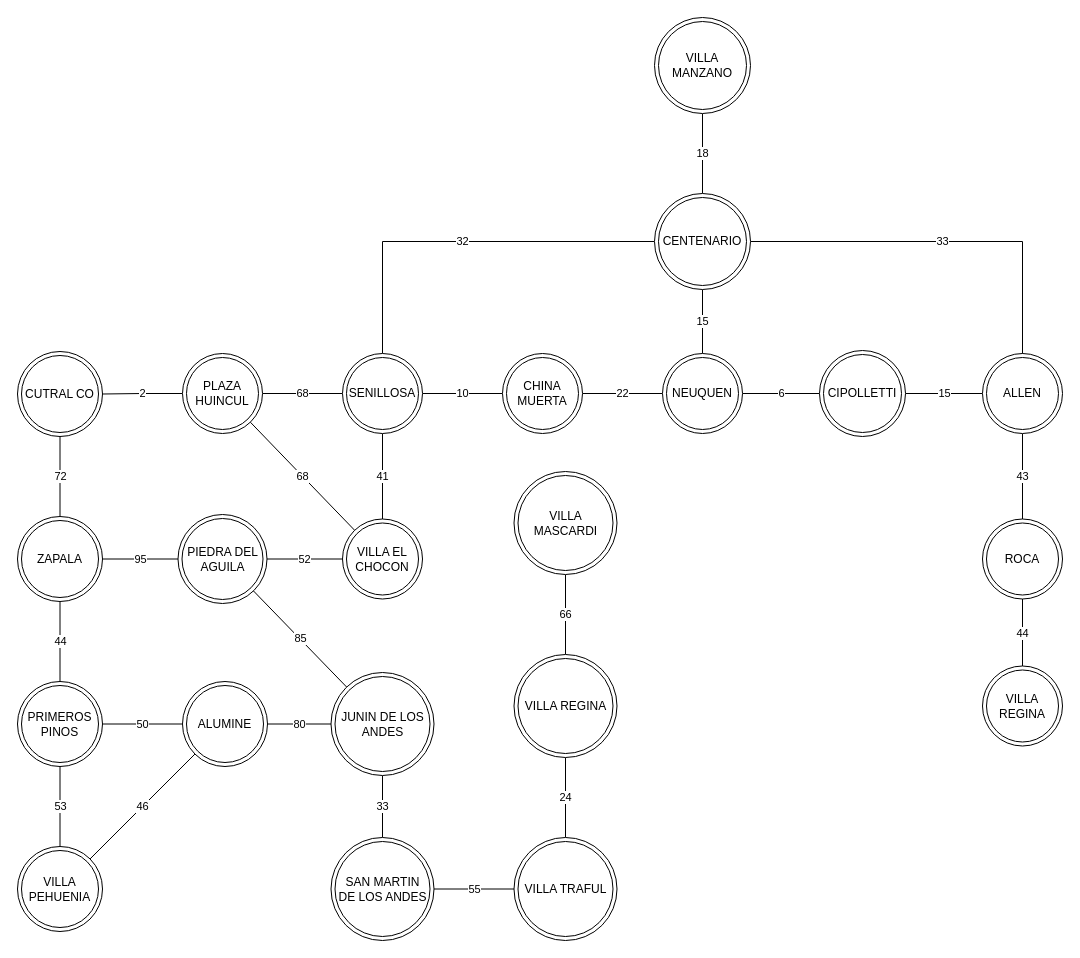
LeonelBustamante/Trabajo-final-estructura-de-datos-2022 keeps this draw.io diagram as page "GRAFO" (1 of 4) of src/util/Archivos/Diagramas utilizados.drawio. Above is the earlier version. Source tidied: cells renumbered, new cells numbered last; positions are measured from the earlier drawing's top-left corner, leaving out a move shared by most shapes. Both pictures are drawn from the tidied source at 100%, with x=0, y=0 at pixel (17, 17).
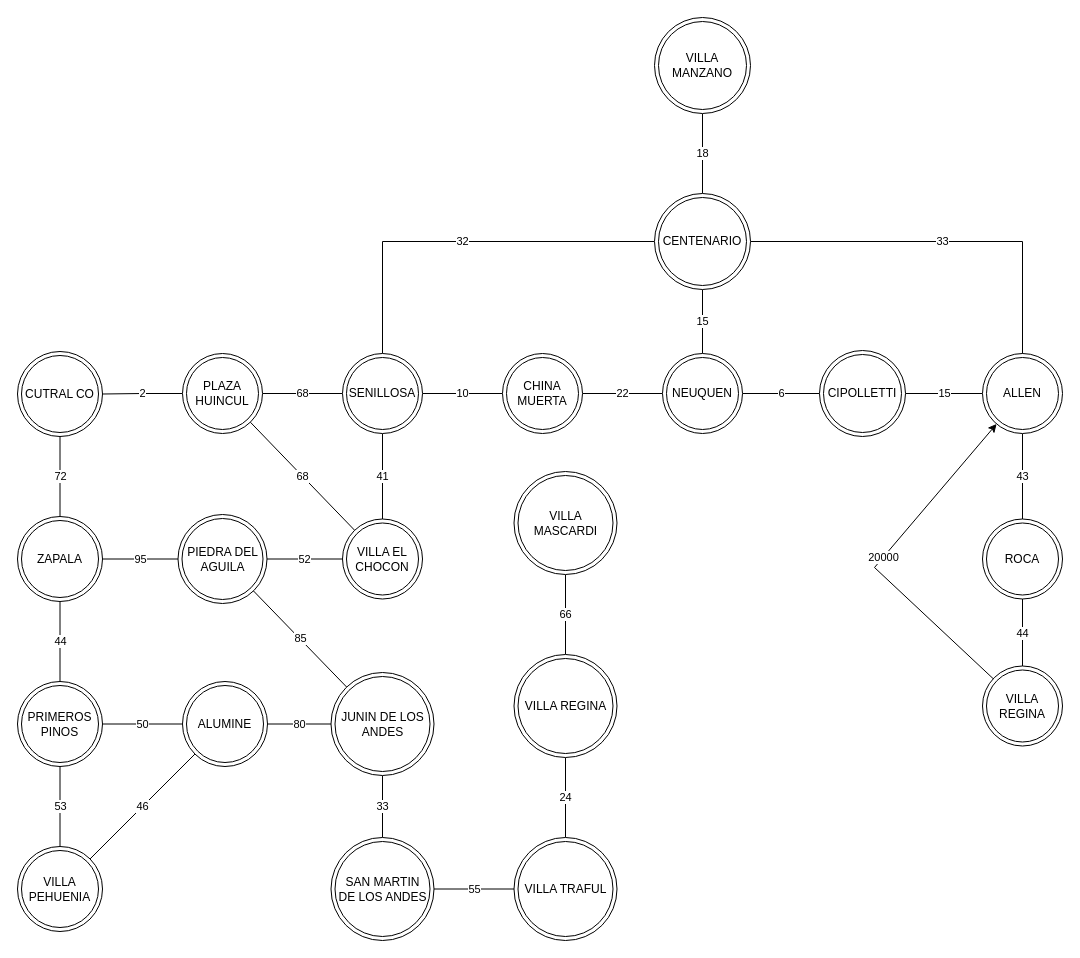
After the change.

Unchanged cells that the change refers to:
```xml
<mxCell id="9" value="ALLEN" style="ellipse;shape=doubleEllipse;whiteSpace=wrap;html=1;" parent="1" vertex="1">
  <mxGeometry x="965" y="336" width="80" height="80" as="geometry" />
</mxCell>
<mxCell id="12" value="VILLA &lt;br&gt;REGINA" style="ellipse;shape=doubleEllipse;whiteSpace=wrap;html=1;" parent="1" vertex="1">
  <mxGeometry x="965" y="648.5" width="80" height="80" as="geometry" />
</mxCell>
```

Change to the diagram source:
```diff
@@
+    <mxCell id="51" value="20000" style="rounded=0;jettySize=auto;html=1;" parent="1" edge="1" source="12" target="9">
+      <mxGeometry relative="1" as="geometry">
+        <Array as="points">
+          <mxPoint x="857" y="550" />
+        </Array>
+      </mxGeometry>
+    </mxCell>
```
